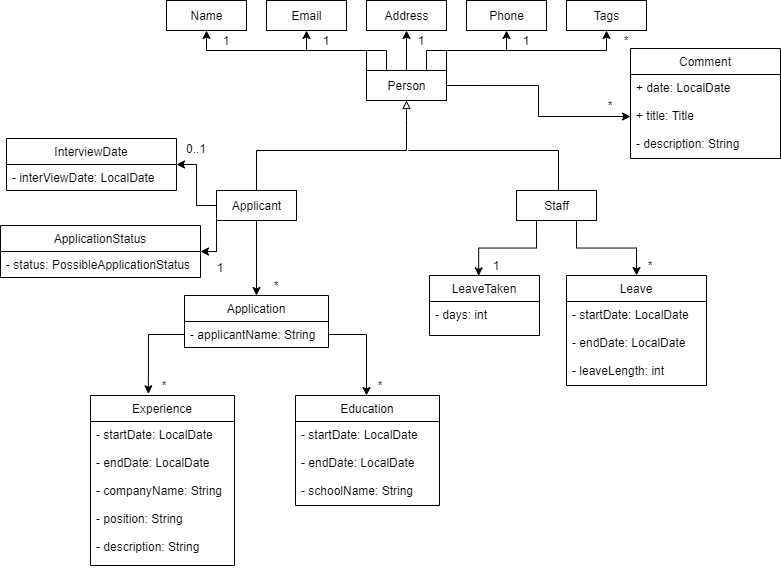
Above: docs/images/ApplicantStaffClassDiagram.png in nus-cs2103-AY2021S1/tp (draw.io), before the change. Source tidied: cells renumbered, new cells last; positions are measured from the earlier drawing's top-left corner, leaving out a move shared by most shapes. The source it was exported from:
```xml
<mxGraphModel>
  <root>
    <mxCell id="0" />
    <mxCell id="1" parent="0" />
    <mxCell id="2" style="edgeStyle=orthogonalEdgeStyle;rounded=0;jettySize=auto;html=1;exitX=0;exitY=0;exitDx=0;exitDy=0;entryX=0.5;entryY=1;entryDx=0;entryDy=0;" parent="1" edge="1" source="8" target="9">
      <mxGeometry relative="1" as="geometry" />
    </mxCell>
    <mxCell id="3" style="edgeStyle=orthogonalEdgeStyle;rounded=0;jettySize=auto;html=1;exitX=0.25;exitY=0;exitDx=0;exitDy=0;entryX=0.5;entryY=1;entryDx=0;entryDy=0;" parent="1" edge="1" source="8" target="10">
      <mxGeometry relative="1" as="geometry" />
    </mxCell>
    <mxCell id="4" style="edgeStyle=orthogonalEdgeStyle;rounded=0;jettySize=auto;html=1;exitX=0.5;exitY=0;exitDx=0;exitDy=0;entryX=0.5;entryY=1;entryDx=0;entryDy=0;" parent="1" edge="1" source="8" target="11">
      <mxGeometry relative="1" as="geometry" />
    </mxCell>
    <mxCell id="5" style="edgeStyle=orthogonalEdgeStyle;rounded=0;jettySize=auto;html=1;exitX=1;exitY=0;exitDx=0;exitDy=0;entryX=0.5;entryY=1;entryDx=0;entryDy=0;" parent="1" edge="1" source="8" target="13">
      <mxGeometry relative="1" as="geometry" />
    </mxCell>
    <mxCell id="6" style="edgeStyle=orthogonalEdgeStyle;rounded=0;jettySize=auto;html=1;exitX=0.75;exitY=0;exitDx=0;exitDy=0;entryX=0.5;entryY=1;entryDx=0;entryDy=0;" parent="1" edge="1" source="8" target="12">
      <mxGeometry relative="1" as="geometry" />
    </mxCell>
    <mxCell id="7" style="edgeStyle=orthogonalEdgeStyle;rounded=0;jettySize=auto;html=1;exitX=1;exitY=0.5;exitDx=0;exitDy=0;endArrow=classic;endFill=1;" parent="1" edge="1" source="8" target="49">
      <mxGeometry relative="1" as="geometry" />
    </mxCell>
    <mxCell id="8" value="Person" style="html=1;" parent="1" vertex="1">
      <mxGeometry x="366" y="70" width="80" height="30" as="geometry" />
    </mxCell>
    <mxCell id="9" value="Name" style="html=1;" parent="1" vertex="1">
      <mxGeometry x="166" width="80" height="30" as="geometry" />
    </mxCell>
    <mxCell id="10" value="Email" style="html=1;" parent="1" vertex="1">
      <mxGeometry x="266" width="80" height="30" as="geometry" />
    </mxCell>
    <mxCell id="11" value="Address" style="html=1;" parent="1" vertex="1">
      <mxGeometry x="366" width="80" height="30" as="geometry" />
    </mxCell>
    <mxCell id="12" value="Phone" style="html=1;" parent="1" vertex="1">
      <mxGeometry x="466" width="80" height="30" as="geometry" />
    </mxCell>
    <mxCell id="13" value="Tags" style="html=1;" parent="1" vertex="1">
      <mxGeometry x="566" width="80" height="30" as="geometry" />
    </mxCell>
    <mxCell id="14" value="*" style="text;html=1;strokeColor=none;fillColor=none;align=center;verticalAlign=middle;whiteSpace=wrap;rounded=0;" parent="1" vertex="1">
      <mxGeometry x="606" y="30" width="40" height="20" as="geometry" />
    </mxCell>
    <mxCell id="15" value="1" style="text;html=1;strokeColor=none;fillColor=none;align=center;verticalAlign=middle;whiteSpace=wrap;rounded=0;" parent="1" vertex="1">
      <mxGeometry x="206" y="30" width="40" height="20" as="geometry" />
    </mxCell>
    <mxCell id="16" value="1" style="text;html=1;strokeColor=none;fillColor=none;align=center;verticalAlign=middle;whiteSpace=wrap;rounded=0;" parent="1" vertex="1">
      <mxGeometry x="306" y="30" width="40" height="20" as="geometry" />
    </mxCell>
    <mxCell id="17" value="1" style="text;html=1;strokeColor=none;fillColor=none;align=center;verticalAlign=middle;whiteSpace=wrap;rounded=0;" parent="1" vertex="1">
      <mxGeometry x="401" y="30" width="40" height="20" as="geometry" />
    </mxCell>
    <mxCell id="18" value="1" style="text;html=1;strokeColor=none;fillColor=none;align=center;verticalAlign=middle;whiteSpace=wrap;rounded=0;" parent="1" vertex="1">
      <mxGeometry x="506" y="30" width="40" height="20" as="geometry" />
    </mxCell>
    <mxCell id="19" style="endArrow=block;html=1;entryX=0.5;entryY=1;entryDx=0;entryDy=0;endFill=0;" parent="1" edge="1" target="8">
      <mxGeometry relative="1" as="geometry">
        <mxPoint x="406" y="150" as="sourcePoint" />
        <Array as="points">
          <mxPoint x="406" y="110" />
        </Array>
      </mxGeometry>
    </mxCell>
    <mxCell id="20" style="endArrow=none;html=1;" parent="1" edge="1">
      <mxGeometry relative="1" as="geometry">
        <mxPoint x="256" y="150" as="sourcePoint" />
        <mxPoint x="406" y="150" as="targetPoint" />
      </mxGeometry>
    </mxCell>
    <mxCell id="21" style="endArrow=none;html=1;" parent="1" edge="1" target="27">
      <mxGeometry relative="1" as="geometry">
        <mxPoint x="256" y="150" as="sourcePoint" />
      </mxGeometry>
    </mxCell>
    <mxCell id="22" style="endArrow=none;html=1;" parent="1" edge="1">
      <mxGeometry relative="1" as="geometry">
        <mxPoint x="408" y="150" as="sourcePoint" />
        <mxPoint x="558" y="150" as="targetPoint" />
      </mxGeometry>
    </mxCell>
    <mxCell id="23" style="endArrow=none;html=1;entryX=0.5;entryY=0;entryDx=0;entryDy=0;" parent="1" edge="1">
      <mxGeometry relative="1" as="geometry">
        <mxPoint x="558" y="150" as="sourcePoint" />
        <mxPoint x="558" y="190" as="targetPoint" />
      </mxGeometry>
    </mxCell>
    <mxCell id="24" style="edgeStyle=orthogonalEdgeStyle;rounded=0;jettySize=auto;html=1;exitX=0;exitY=0.5;exitDx=0;exitDy=0;entryX=1;entryY=0.5;entryDx=0;entryDy=0;endArrow=classic;endFill=1;" parent="1" edge="1" source="27" target="31">
      <mxGeometry relative="1" as="geometry" />
    </mxCell>
    <mxCell id="25" style="edgeStyle=orthogonalEdgeStyle;rounded=0;jettySize=auto;html=1;exitX=0;exitY=1;exitDx=0;exitDy=0;entryX=1;entryY=0.5;entryDx=0;entryDy=0;endArrow=classic;endFill=1;" parent="1" edge="1" source="27" target="33">
      <mxGeometry relative="1" as="geometry">
        <Array as="points">
          <mxPoint x="216" y="251" />
        </Array>
      </mxGeometry>
    </mxCell>
    <mxCell id="26" style="edgeStyle=orthogonalEdgeStyle;rounded=0;jettySize=auto;html=1;endArrow=classic;endFill=1;" parent="1" edge="1" source="27" target="37">
      <mxGeometry relative="1" as="geometry" />
    </mxCell>
    <mxCell id="27" value="Applicant" style="html=1;" parent="1" vertex="1">
      <mxGeometry x="216" y="190" width="80" height="30" as="geometry" />
    </mxCell>
    <mxCell id="28" style="edgeStyle=orthogonalEdgeStyle;rounded=0;jettySize=auto;html=1;exitX=0.25;exitY=1;exitDx=0;exitDy=0;entryX=0.447;entryY=0.006;entryDx=0;entryDy=0;entryPerimeter=0;endArrow=classic;endFill=1;" parent="1" edge="1" source="30" target="53">
      <mxGeometry relative="1" as="geometry" />
    </mxCell>
    <mxCell id="29" style="edgeStyle=orthogonalEdgeStyle;rounded=0;jettySize=auto;html=1;exitX=0.75;exitY=1;exitDx=0;exitDy=0;entryX=0.5;entryY=0;entryDx=0;entryDy=0;endArrow=classic;endFill=1;" parent="1" edge="1" source="30" target="51">
      <mxGeometry relative="1" as="geometry" />
    </mxCell>
    <mxCell id="30" value="Staff" style="html=1;" parent="1" vertex="1">
      <mxGeometry x="516" y="190" width="80" height="30" as="geometry" />
    </mxCell>
    <mxCell id="31" value="InterviewDate" style="swimlane;fontStyle=0;horizontal=1;startSize=26;fillColor=none;" parent="1" vertex="1">
      <mxGeometry x="6" y="138" width="170" height="52" as="geometry" />
    </mxCell>
    <mxCell id="32" value="- interViewDate: LocalDate" style="text;strokeColor=none;fillColor=none;align=left;verticalAlign=top;spacingLeft=4;spacingRight=4;overflow=hidden;" parent="31" vertex="1">
      <mxGeometry y="26" width="170" height="26" as="geometry" />
    </mxCell>
    <mxCell id="33" value="ApplicationStatus" style="swimlane;fontStyle=0;horizontal=1;startSize=26;fillColor=none;" parent="1" vertex="1">
      <mxGeometry y="225" width="200" height="52" as="geometry" />
    </mxCell>
    <mxCell id="34" value="- status: PossibleApplicationStatus" style="text;strokeColor=none;fillColor=none;align=left;verticalAlign=top;spacingLeft=4;spacingRight=4;overflow=hidden;" parent="33" vertex="1">
      <mxGeometry y="26" width="200" height="26" as="geometry" />
    </mxCell>
    <mxCell id="35" value="1" style="text;html=1;strokeColor=none;fillColor=none;align=center;verticalAlign=middle;whiteSpace=wrap;rounded=0;" parent="1" vertex="1">
      <mxGeometry x="200" y="257" width="40" height="20" as="geometry" />
    </mxCell>
    <mxCell id="36" value="0..1" style="text;html=1;strokeColor=none;fillColor=none;align=center;verticalAlign=middle;whiteSpace=wrap;rounded=0;" parent="1" vertex="1">
      <mxGeometry x="176" y="138" width="40" height="20" as="geometry" />
    </mxCell>
    <mxCell id="37" value="Application" style="swimlane;fontStyle=0;horizontal=1;startSize=26;fillColor=none;" parent="1" vertex="1">
      <mxGeometry x="184" y="295" width="144" height="52" as="geometry" />
    </mxCell>
    <mxCell id="38" value="- applicantName: String" style="text;strokeColor=none;fillColor=none;align=left;verticalAlign=top;spacingLeft=4;spacingRight=4;overflow=hidden;points=[[0,0.5],[1,0.5]];portConstraint=eastwest;" parent="37" vertex="1">
      <mxGeometry y="26" width="144" height="26" as="geometry" />
    </mxCell>
    <mxCell id="39" value="Experience" style="swimlane;fontStyle=0;horizontal=1;startSize=26;fillColor=none;" parent="1" vertex="1">
      <mxGeometry x="90" y="395" width="144" height="170" as="geometry" />
    </mxCell>
    <mxCell id="40" value="- startDate: LocalDate&#10;&#10;- endDate: LocalDate&#10;&#10;- companyName: String&#10;&#10;- position: String&#10;&#10;- description: String" style="text;strokeColor=none;fillColor=none;align=left;verticalAlign=top;spacingLeft=4;spacingRight=4;overflow=hidden;" parent="39" vertex="1">
      <mxGeometry y="26" width="144" height="144" as="geometry" />
    </mxCell>
    <mxCell id="41" style="edgeStyle=orthogonalEdgeStyle;rounded=0;jettySize=auto;html=1;exitX=0;exitY=0.5;exitDx=0;exitDy=0;entryX=0.402;entryY=-0.01;entryDx=0;entryDy=0;entryPerimeter=0;endArrow=classic;endFill=1;" parent="1" edge="1" source="38" target="39">
      <mxGeometry relative="1" as="geometry" />
    </mxCell>
    <mxCell id="42" style="edgeStyle=orthogonalEdgeStyle;rounded=0;jettySize=auto;html=1;exitX=1;exitY=0.5;exitDx=0;exitDy=0;endArrow=classic;endFill=1;entryX=0.5;entryY=0;entryDx=0;entryDy=0;" parent="1" edge="1" source="38">
      <mxGeometry relative="1" as="geometry">
        <mxPoint x="366" y="395" as="targetPoint" />
      </mxGeometry>
    </mxCell>
    <mxCell id="43" value="Education" style="swimlane;fontStyle=0;horizontal=1;startSize=26;fillColor=none;" parent="1" vertex="1">
      <mxGeometry x="295" y="395" width="144" height="110" as="geometry" />
    </mxCell>
    <mxCell id="44" value="- startDate: LocalDate&#10;&#10;- endDate: LocalDate&#10;&#10;- schoolName: String" style="text;strokeColor=none;fillColor=none;align=left;verticalAlign=top;spacingLeft=4;spacingRight=4;overflow=hidden;" parent="43" vertex="1">
      <mxGeometry y="26" width="144" height="84" as="geometry" />
    </mxCell>
    <mxCell id="45" value="*" style="text;html=1;strokeColor=none;fillColor=none;align=center;verticalAlign=middle;whiteSpace=wrap;rounded=0;" parent="1" vertex="1">
      <mxGeometry x="144" y="375" width="40" height="20" as="geometry" />
    </mxCell>
    <mxCell id="46" value="*" style="text;html=1;strokeColor=none;fillColor=none;align=center;verticalAlign=middle;whiteSpace=wrap;rounded=0;" parent="1" vertex="1">
      <mxGeometry x="360" y="375" width="40" height="20" as="geometry" />
    </mxCell>
    <mxCell id="47" value="*" style="text;html=1;strokeColor=none;fillColor=none;align=center;verticalAlign=middle;whiteSpace=wrap;rounded=0;" parent="1" vertex="1">
      <mxGeometry x="256" y="275" width="40" height="20" as="geometry" />
    </mxCell>
    <mxCell id="48" value="Comment" style="swimlane;fontStyle=0;horizontal=1;startSize=26;fillColor=none;" parent="1" vertex="1">
      <mxGeometry x="630" y="48" width="150" height="110" as="geometry" />
    </mxCell>
    <mxCell id="49" value="+ date: LocalDate&#10;&#10;+ title: Title&#10;&#10;- description: String" style="text;strokeColor=none;fillColor=none;align=left;verticalAlign=top;spacingLeft=4;spacingRight=4;overflow=hidden;points=[[0,0.5],[1,0.5]];portConstraint=eastwest;" parent="48" vertex="1">
      <mxGeometry y="26" width="150" height="84" as="geometry" />
    </mxCell>
    <mxCell id="50" value="*" style="text;html=1;strokeColor=none;fillColor=none;align=center;verticalAlign=middle;whiteSpace=wrap;rounded=0;" parent="1" vertex="1">
      <mxGeometry x="590" y="95" width="40" height="20" as="geometry" />
    </mxCell>
    <mxCell id="51" value="Leave" style="swimlane;fontStyle=0;horizontal=1;startSize=26;fillColor=none;" parent="1" vertex="1">
      <mxGeometry x="566" y="275" width="140" height="110" as="geometry" />
    </mxCell>
    <mxCell id="52" value="- startDate: LocalDate&#10;&#10;- endDate: LocalDate&#10;&#10;- leaveLength: int" style="text;strokeColor=none;fillColor=none;align=left;verticalAlign=top;spacingLeft=4;spacingRight=4;overflow=hidden;" parent="51" vertex="1">
      <mxGeometry y="26" width="140" height="84" as="geometry" />
    </mxCell>
    <mxCell id="53" value="LeaveTaken" style="swimlane;fontStyle=0;horizontal=1;startSize=26;fillColor=none;" parent="1" vertex="1">
      <mxGeometry x="429" y="275" width="110" height="60" as="geometry" />
    </mxCell>
    <mxCell id="54" value="- days: int" style="text;strokeColor=none;fillColor=none;align=left;verticalAlign=top;spacingLeft=4;spacingRight=4;overflow=hidden;" parent="53" vertex="1">
      <mxGeometry y="26" width="110" height="34" as="geometry" />
    </mxCell>
    <mxCell id="55" value="1" style="text;html=1;strokeColor=none;fillColor=none;align=center;verticalAlign=middle;whiteSpace=wrap;rounded=0;" parent="1" vertex="1">
      <mxGeometry x="476" y="255" width="40" height="20" as="geometry" />
    </mxCell>
    <mxCell id="56" value="*" style="text;html=1;strokeColor=none;fillColor=none;align=center;verticalAlign=middle;whiteSpace=wrap;rounded=0;" parent="1" vertex="1">
      <mxGeometry x="630" y="255" width="40" height="20" as="geometry" />
    </mxCell>
  </root>
</mxGraphModel>
```
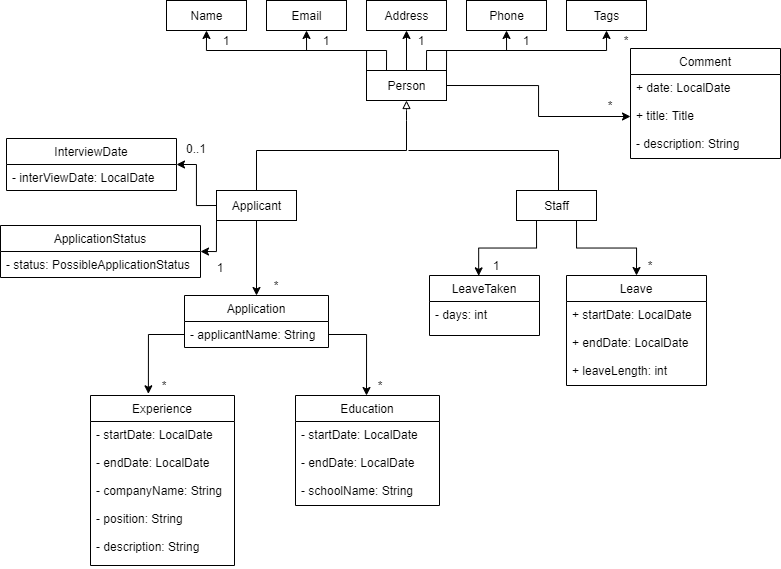
The same diagram one commit later.

Commit message:
Resize img

What changed in the source:
```diff
@@ -174,7 +174,7 @@
     <mxCell id="51" value="Leave" style="swimlane;fontStyle=0;horizontal=1;startSize=26;fillColor=none;" parent="1" vertex="1">
       <mxGeometry x="566" y="275" width="140" height="110" as="geometry" />
     </mxCell>
-    <mxCell id="52" value="- startDate: LocalDate&#10;&#10;- endDate: LocalDate&#10;&#10;- leaveLength: int" style="text;strokeColor=none;fillColor=none;align=left;verticalAlign=top;spacingLeft=4;spacingRight=4;overflow=hidden;" parent="51" vertex="1">
+    <mxCell id="52" value="+ startDate: LocalDate&#10;&#10;+ endDate: LocalDate&#10;&#10;+ leaveLength: int" style="text;strokeColor=none;fillColor=none;align=left;verticalAlign=top;spacingLeft=4;spacingRight=4;overflow=hidden;" parent="51" vertex="1">
       <mxGeometry y="26" width="140" height="84" as="geometry" />
     </mxCell>
     <mxCell id="53" value="LeaveTaken" style="swimlane;fontStyle=0;horizontal=1;startSize=26;fillColor=none;" parent="1" vertex="1">
```
